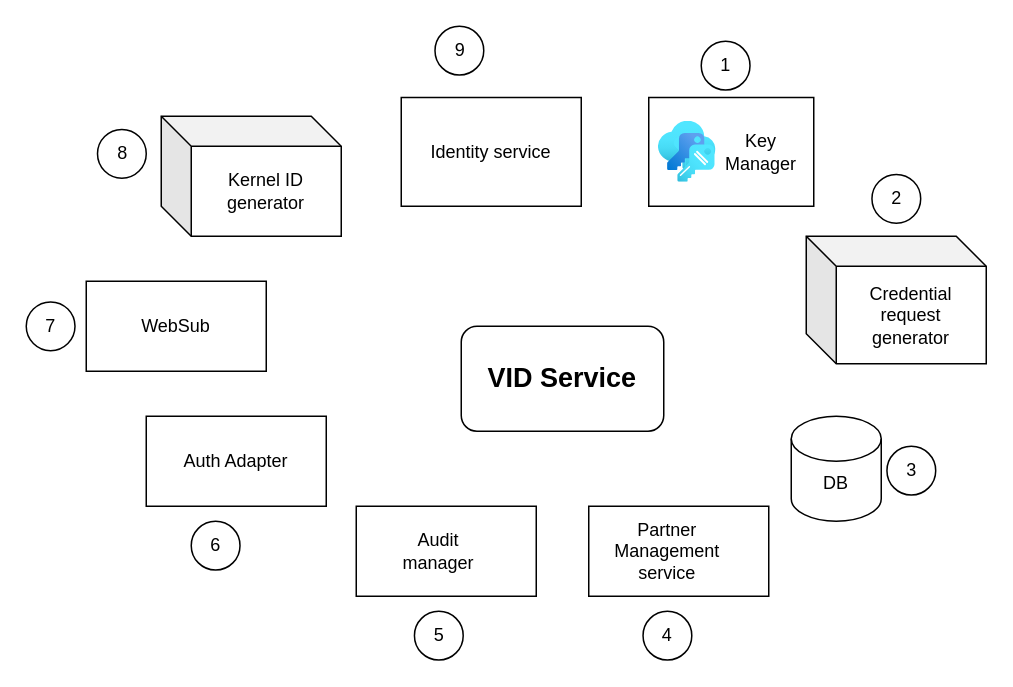
The draw.io diagram docs/_images/VID-service.drawio in mosip/documentation, before the edit. Source tidied: cells renumbered, new cells numbered last; positions are measured from the earlier drawing's top-left corner, leaving out a move shared by most shapes. Both pictures are drawn from the tidied source at 150%, with x=0, y=0 at pixel (26, 26).
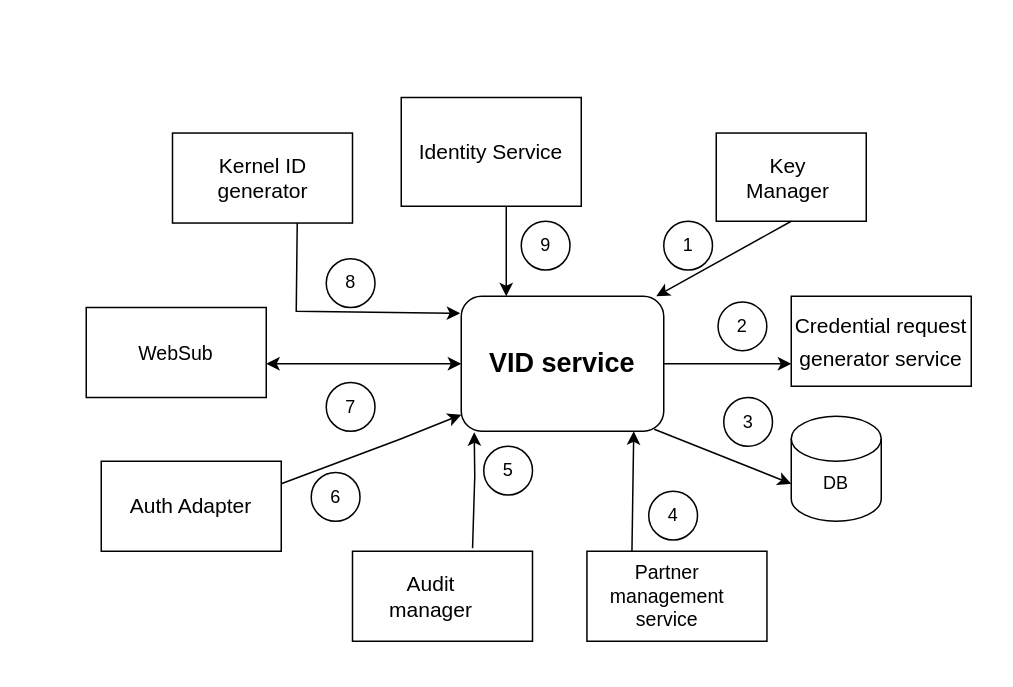
Above is the later version.

Unchanged cells that the change refers to:
```xml
<mxCell id="13" value="DB" style="text;html=1;strokeColor=none;fillColor=none;align=center;verticalAlign=middle;whiteSpace=wrap;rounded=0;" parent="1" vertex="1">
  <mxGeometry x="510" y="280" width="60" height="50" as="geometry" />
</mxCell>
```

The edit, as a diff of the source:
```diff
@@
-    <mxCell id="2" value="&lt;b&gt;&lt;font style=&quot;font-size: 18px&quot;&gt;VID Service&lt;/font&gt;&lt;/b&gt;" style="rounded=1;whiteSpace=wrap;html=1;" parent="1" vertex="1">
-      <mxGeometry x="290" y="200" width="135" height="70" as="geometry" />
+    <mxCell id="2" value="&lt;b&gt;&lt;font style=&quot;font-size: 18px&quot;&gt;VID service&lt;/font&gt;&lt;/b&gt;" style="rounded=1;whiteSpace=wrap;html=1;" parent="1" vertex="1">
+      <mxGeometry x="290" y="180" width="135" height="90" as="geometry" />
     </mxCell>
     <mxCell id="3" style="rounded=0;whiteSpace=wrap;html=1;" parent="1" vertex="1">
-      <mxGeometry x="375" y="320" width="120" height="60" as="geometry" />
+      <mxGeometry x="373.8" y="350" width="120" height="60" as="geometry" />
     </mxCell>
-    <mxCell id="4" value="WebSub" style="rounded=0;whiteSpace=wrap;html=1;" parent="1" vertex="1">
-      <mxGeometry x="40" y="170" width="120" height="60" as="geometry" />
+    <mxCell id="4" value="&lt;font style=&quot;font-size: 13px&quot;&gt;WebSub&lt;/font&gt;" style="rounded=0;whiteSpace=wrap;html=1;" parent="1" vertex="1">
+      <mxGeometry x="40" y="187.5" width="120" height="60" as="geometry" />
     </mxCell>
-    <mxCell id="5" value="Auth Adapter" style="rounded=0;whiteSpace=wrap;html=1;" parent="1" vertex="1">
-      <mxGeometry x="80" y="260" width="120" height="60" as="geometry" />
+    <mxCell id="5" value="&lt;font style=&quot;font-size: 14px&quot;&gt;Auth Adapter&lt;/font&gt;" style="rounded=0;whiteSpace=wrap;html=1;" parent="1" vertex="1">
+      <mxGeometry x="50" y="290" width="120" height="60" as="geometry" />
     </mxCell>
     <mxCell id="6" style="rounded=0;whiteSpace=wrap;html=1;" parent="1" vertex="1">
-      <mxGeometry x="220" y="320" width="120" height="60" as="geometry" />
+      <mxGeometry x="217.5" y="350" width="120" height="60" as="geometry" />
     </mxCell>
     <mxCell id="7" style="rounded=0;whiteSpace=wrap;html=1;" parent="1" vertex="1">
-      <mxGeometry x="415" y="47.5" width="110" height="72.5" as="geometry" />
+      <mxGeometry x="460" y="71.2" width="100" height="58.8" as="geometry" />
     </mxCell>
-    <mxCell id="8" style="html=1;align=center;image;fontSize=12;image=img/lib/azure2/security/Keys.svg;" parent="1" vertex="1">
-      <mxGeometry x="421.6" y="63.5" width="38.4" height="40.6" as="geometry" />
-    </mxCell>
-    <mxCell id="9" value="Key Manager" style="text;html=1;strokeColor=none;fillColor=none;align=center;verticalAlign=middle;whiteSpace=wrap;rounded=0;" parent="1" vertex="1">
-      <mxGeometry x="460" y="68.8" width="60" height="30" as="geometry" />
+    <mxCell id="9" value="&lt;font style=&quot;font-size: 14px&quot;&gt;Key Manager&lt;/font&gt;" style="text;html=1;strokeColor=none;fillColor=none;align=center;verticalAlign=middle;whiteSpace=wrap;rounded=0;" parent="1" vertex="1">
+      <mxGeometry x="477.5" y="86.2" width="60" height="30" as="geometry" />
     </mxCell>
-    <mxCell id="10" style="shape=cube;whiteSpace=wrap;html=1;boundedLbl=1;backgroundOutline=1;darkOpacity=0.05;darkOpacity2=0.1;" parent="1" vertex="1">
-      <mxGeometry x="520" y="140" width="120" height="85" as="geometry" />
-    </mxCell>
-    <mxCell id="11" value="Credential request generator" style="text;html=1;strokeColor=none;fillColor=none;align=center;verticalAlign=middle;whiteSpace=wrap;rounded=0;" parent="1" vertex="1">
-      <mxGeometry x="560" y="175" width="60" height="35" as="geometry" />
-    </mxCell>
@@
-    <mxCell id="14" value="Partner Management service" style="text;html=1;strokeColor=none;fillColor=none;align=center;verticalAlign=middle;whiteSpace=wrap;rounded=0;" parent="1" vertex="1">
-      <mxGeometry x="390" y="330" width="75" height="40" as="geometry" />
+    <mxCell id="14" value="&lt;font style=&quot;font-size: 13px&quot;&gt;Partner management service&lt;/font&gt;" style="text;html=1;strokeColor=none;fillColor=none;align=center;verticalAlign=middle;whiteSpace=wrap;rounded=0;" parent="1" vertex="1">
+      <mxGeometry x="390" y="370" width="75" height="20" as="geometry" />
     </mxCell>
-    <mxCell id="15" value="Audit manager" style="text;html=1;strokeColor=none;fillColor=none;align=center;verticalAlign=middle;whiteSpace=wrap;rounded=0;" parent="1" vertex="1">
-      <mxGeometry x="245" y="335" width="60" height="30" as="geometry" />
+    <mxCell id="15" value="&lt;font style=&quot;font-size: 14px&quot;&gt;Audit manager&lt;/font&gt;" style="text;html=1;strokeColor=none;fillColor=none;align=center;verticalAlign=middle;whiteSpace=wrap;rounded=0;" parent="1" vertex="1">
+      <mxGeometry x="240" y="365" width="60" height="30" as="geometry" />
     </mxCell>
-    <mxCell id="16" value="Kernel ID generator" style="shape=cube;whiteSpace=wrap;html=1;boundedLbl=1;backgroundOutline=1;darkOpacity=0.05;darkOpacity2=0.1;" parent="1" vertex="1">
-      <mxGeometry x="90" y="60" width="120" height="80" as="geometry" />
-    </mxCell>
-    <mxCell id="17" value="Identity service" style="rounded=0;whiteSpace=wrap;html=1;" parent="1" vertex="1">
+    <mxCell id="17" value="&lt;font style=&quot;font-size: 14px&quot;&gt;Identity Service&lt;/font&gt;" style="rounded=0;whiteSpace=wrap;html=1;" parent="1" vertex="1">
       <mxGeometry x="250" y="47.5" width="120" height="72.5" as="geometry" />
     </mxCell>
     <mxCell id="18" value="1" style="ellipse;whiteSpace=wrap;html=1;" parent="1" vertex="1">
-      <mxGeometry x="450" y="10" width="32.5" height="32.5" as="geometry" />
+      <mxGeometry x="425" y="130" width="32.5" height="32.5" as="geometry" />
     </mxCell>
     <mxCell id="19" value="2" style="ellipse;whiteSpace=wrap;html=1;" parent="1" vertex="1">
-      <mxGeometry x="563.8" y="98.8" width="32.5" height="32.5" as="geometry" />
+      <mxGeometry x="461.2" y="183.8" width="32.5" height="32.5" as="geometry" />
     </mxCell>
     <mxCell id="20" value="3" style="ellipse;whiteSpace=wrap;html=1;" parent="1" vertex="1">
-      <mxGeometry x="573.8" y="280" width="32.5" height="32.5" as="geometry" />
+      <mxGeometry x="465" y="247.5" width="32.5" height="32.5" as="geometry" />
     </mxCell>
     <mxCell id="21" value="4" style="ellipse;whiteSpace=wrap;html=1;" parent="1" vertex="1">
-      <mxGeometry x="411.2" y="390" width="32.5" height="32.5" as="geometry" />
+      <mxGeometry x="415" y="310" width="32.5" height="32.5" as="geometry" />
     </mxCell>
     <mxCell id="22" value="5" style="ellipse;whiteSpace=wrap;html=1;" parent="1" vertex="1">
-      <mxGeometry x="258.8" y="390" width="32.5" height="32.5" as="geometry" />
+      <mxGeometry x="305" y="280" width="32.5" height="32.5" as="geometry" />
     </mxCell>
     <mxCell id="23" value="6" style="ellipse;whiteSpace=wrap;html=1;" parent="1" vertex="1">
-      <mxGeometry x="110" y="330" width="32.5" height="32.5" as="geometry" />
+      <mxGeometry x="190" y="297.5" width="32.5" height="32.5" as="geometry" />
     </mxCell>
     <mxCell id="24" value="7" style="ellipse;whiteSpace=wrap;html=1;" parent="1" vertex="1">
-      <mxGeometry y="183.8" width="32.5" height="32.5" as="geometry" />
+      <mxGeometry x="200" y="237.5" width="32.5" height="32.5" as="geometry" />
     </mxCell>
     <mxCell id="25" value="8" style="ellipse;whiteSpace=wrap;html=1;" parent="1" vertex="1">
-      <mxGeometry x="47.5" y="68.8" width="32.5" height="32.5" as="geometry" />
+      <mxGeometry x="200" y="155" width="32.5" height="32.5" as="geometry" />
     </mxCell>
     <mxCell id="26" value="9" style="ellipse;whiteSpace=wrap;html=1;" parent="1" vertex="1">
-      <mxGeometry x="272.5" width="32.5" height="32.5" as="geometry" />
+      <mxGeometry x="330" y="130" width="32.5" height="32.5" as="geometry" />
     </mxCell>
+    <mxCell id="27" value="&lt;font style=&quot;font-size: 14px&quot;&gt;Credential request generator service&lt;/font&gt;" style="rounded=0;whiteSpace=wrap;html=1;fontSize=18;" parent="1" vertex="1">
+      <mxGeometry x="510" y="180" width="120" height="60" as="geometry" />
+    </mxCell>
+    <mxCell id="28" style="endArrow=classic;startArrow=classic;html=1;rounded=0;fontSize=14;entryX=0;entryY=0.5;entryDx=0;entryDy=0;" parent="1" edge="1" target="2">
+      <mxGeometry relative="1" as="geometry">
+        <mxPoint x="160" y="225" as="sourcePoint" />
+      </mxGeometry>
+    </mxCell>
+    <mxCell id="29" style="endArrow=classic;html=1;rounded=0;fontSize=14;entryX=0;entryY=0.5;entryDx=0;entryDy=0;exitX=0.953;exitY=0.985;exitDx=0;exitDy=0;exitPerimeter=0;" parent="1" edge="1" source="2" target="13">
+      <mxGeometry relative="1" as="geometry" />
+    </mxCell>
+    <mxCell id="30" style="endArrow=classic;html=1;rounded=0;fontSize=14;entryX=0;entryY=0.75;entryDx=0;entryDy=0;exitX=1;exitY=0.5;exitDx=0;exitDy=0;" parent="1" edge="1" source="2" target="27">
+      <mxGeometry relative="1" as="geometry" />
+    </mxCell>
+    <mxCell id="31" style="endArrow=classic;html=1;rounded=0;fontSize=14;exitX=0.667;exitY=-0.033;exitDx=0;exitDy=0;exitPerimeter=0;entryX=0.064;entryY=1.007;entryDx=0;entryDy=0;entryPerimeter=0;" parent="1" edge="1" source="6" target="2">
+      <mxGeometry relative="1" as="geometry">
+        <Array as="points">
+          <mxPoint x="299" y="300" />
+        </Array>
+      </mxGeometry>
+    </mxCell>
+    <mxCell id="32" style="endArrow=classic;html=1;rounded=0;fontSize=14;exitX=0.25;exitY=0;exitDx=0;exitDy=0;" parent="1" edge="1" source="3">
+      <mxGeometry relative="1" as="geometry">
+        <mxPoint x="405" y="270" as="targetPoint" />
+      </mxGeometry>
+    </mxCell>
+    <mxCell id="33" style="endArrow=classic;html=1;rounded=0;fontSize=14;entryX=-0.005;entryY=0.126;entryDx=0;entryDy=0;entryPerimeter=0;exitX=0.693;exitY=0.99;exitDx=0;exitDy=0;exitPerimeter=0;" parent="1" edge="1" source="16" target="2">
+      <mxGeometry relative="1" as="geometry">
+        <Array as="points">
+          <mxPoint x="180" y="190" />
+        </Array>
+      </mxGeometry>
+    </mxCell>
+    <mxCell id="34" style="endArrow=classic;html=1;rounded=0;fontSize=14;" parent="1" edge="1">
+      <mxGeometry relative="1" as="geometry">
+        <mxPoint x="320" y="120" as="sourcePoint" />
+        <mxPoint x="320" y="180" as="targetPoint" />
+      </mxGeometry>
+    </mxCell>
+    <mxCell id="35" style="endArrow=classic;html=1;rounded=0;fontSize=14;exitX=0.5;exitY=1;exitDx=0;exitDy=0;" parent="1" edge="1" source="7">
+      <mxGeometry relative="1" as="geometry">
+        <mxPoint x="420" y="180" as="targetPoint" />
+      </mxGeometry>
+    </mxCell>
+    <mxCell id="36" style="endArrow=classic;html=1;rounded=0;fontSize=13;exitX=1;exitY=0.25;exitDx=0;exitDy=0;" parent="1" edge="1" source="5">
+      <mxGeometry relative="1" as="geometry">
+        <mxPoint x="290" y="259" as="targetPoint" />
+        <Array as="points">
+          <mxPoint x="250" y="275" />
+        </Array>
+      </mxGeometry>
+    </mxCell>
+    <mxCell id="16" value="Kernel ID generator" style="rounded=0;whiteSpace=wrap;html=1;fontSize=14;" parent="1" vertex="1">
+      <mxGeometry x="97.5" y="71.2" width="120" height="60" as="geometry" />
+    </mxCell>
```
